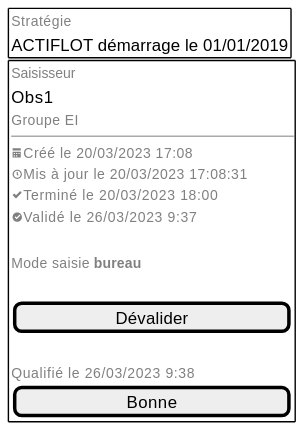
Before: projects/activity-calendar/spe/images/activity-calendar-control-qualified.svg, a diagram exported from PlantUML (sumaris-net/sumaris-doc). Its diagram source:
```plantuml
@startsalt
{
 {+
    {
    <font color=grey size=10>Stratégie
    ACTIFLOT démarrage le 01/01/2019
      }
 }
 {+
    {
    <font color=grey size=10>Saisisseur
    Obs1
    <font color=grey size=10>Groupe EI
    --
    <font color=grey size=10><&calendar>Créé le 20/03/2023 17:08
    <font color=grey size=10><&clock>Mis à jour le 20/03/2023 17:08:31
    <font color=grey size=10><&check>Terminé le 20/03/2023 18:00
    <font color=grey size=10><&circle-check>Validé le 26/03/2023 9:37
    .
    <font color=grey size=10>Mode saisie <b>bureau
    .
    [ Dévalider              ]
    .
    <font color=grey size=10>Qualifié le 26/03/2023 9:38
    [ Bonne                  ]
    }
 }
}
@endsalt
```
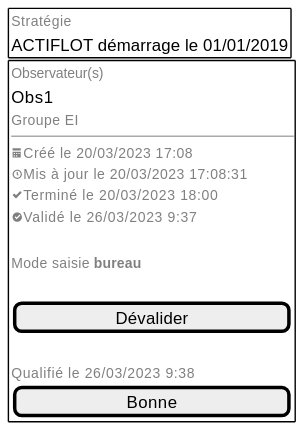
The same file after the commit.

The edit, as a diff of the source:
```diff
@@ -8,7 +8,7 @@
  }
  {+
     {
-    <font color=grey size=10>Saisisseur
+    <font color=grey size=10>Observateur(s)
     Obs1
     <font color=grey size=10>Groupe EI
     --
```
